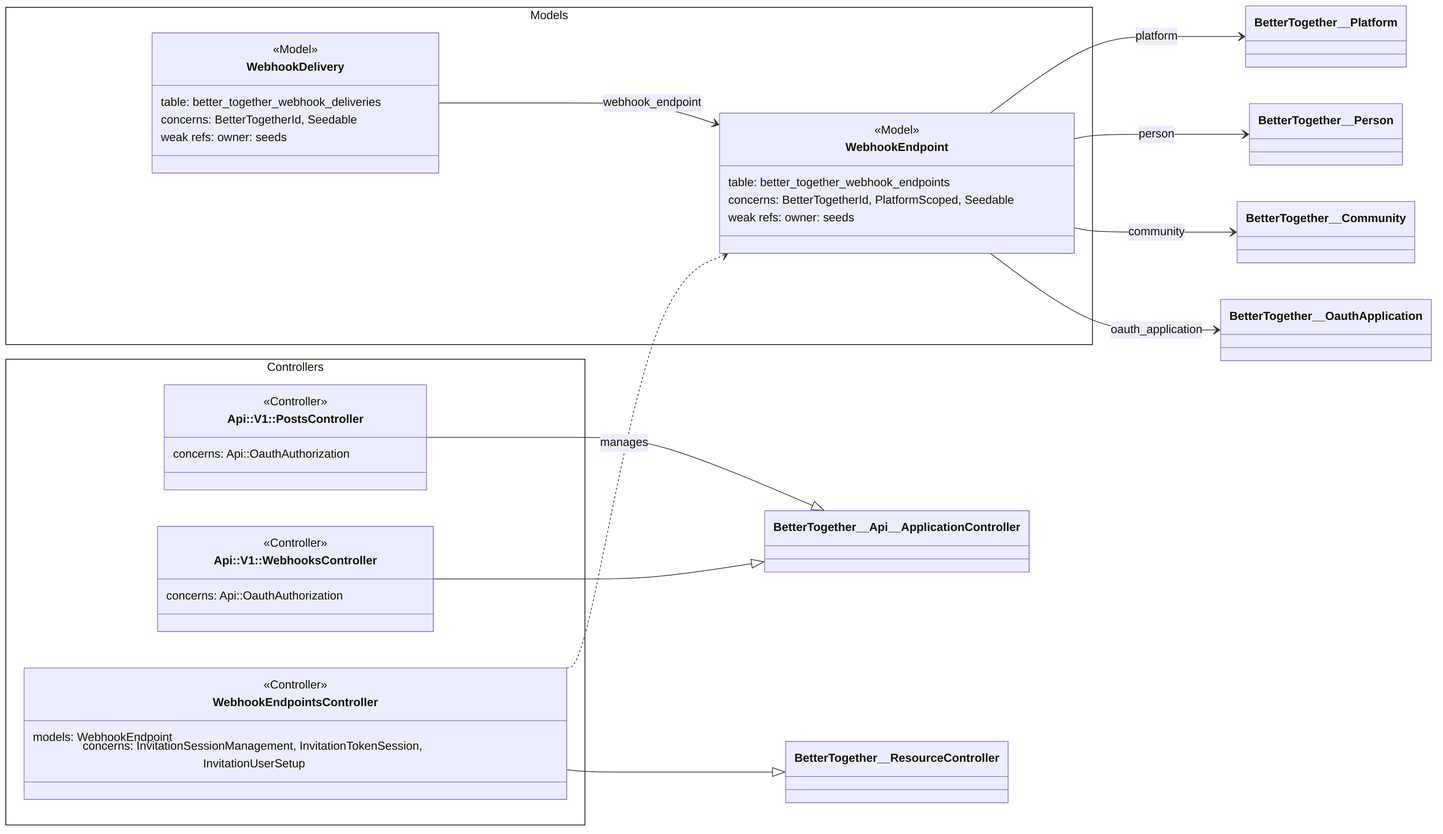
This is docs/diagrams/exports/png/ce_integrations_webhooks_rails_layers.png from better-together-org/community-engine-rails, a Mermaid export, as it was before one commit. Its source is kept beside it as docs/diagrams/source/ce_integrations_webhooks_rails_layers.mmd.
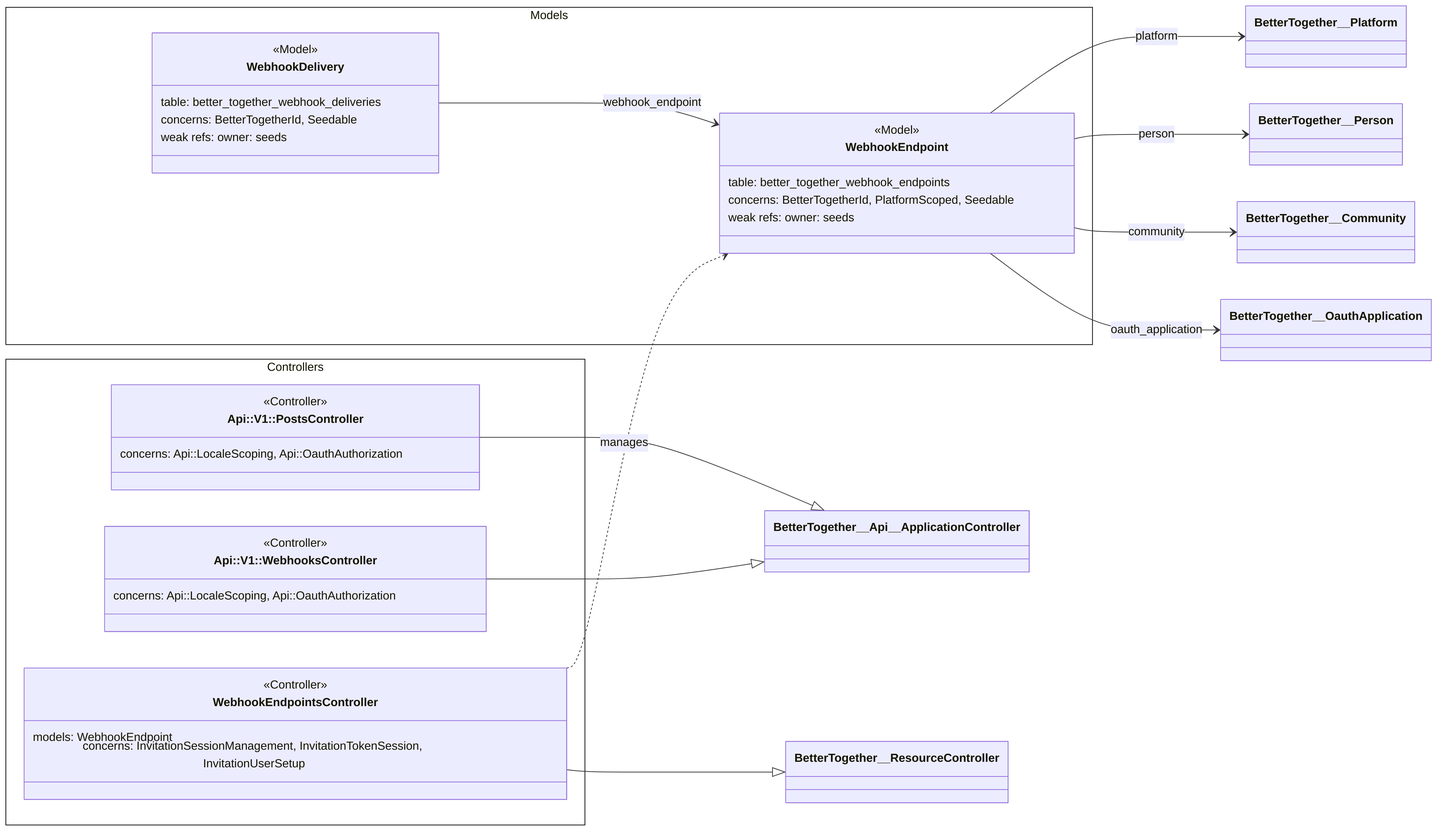
After the change.

Diff of the diagram source:
```diff
@@ -4,11 +4,11 @@
   namespace Controllers {
     class BetterTogether__Api__V1__PostsController["Api::V1::PostsController"] {
       <<Controller>>
-      concerns: Api::OauthAuthorization
+      concerns: Api::LocaleScoping, Api::OauthAuthorization
     }
     class BetterTogether__Api__V1__WebhooksController["Api::V1::WebhooksController"] {
       <<Controller>>
-      concerns: Api::OauthAuthorization
+      concerns: Api::LocaleScoping, Api::OauthAuthorization
     }
     class BetterTogether__WebhookEndpointsController["WebhookEndpointsController"] {
       <<Controller>>
```
